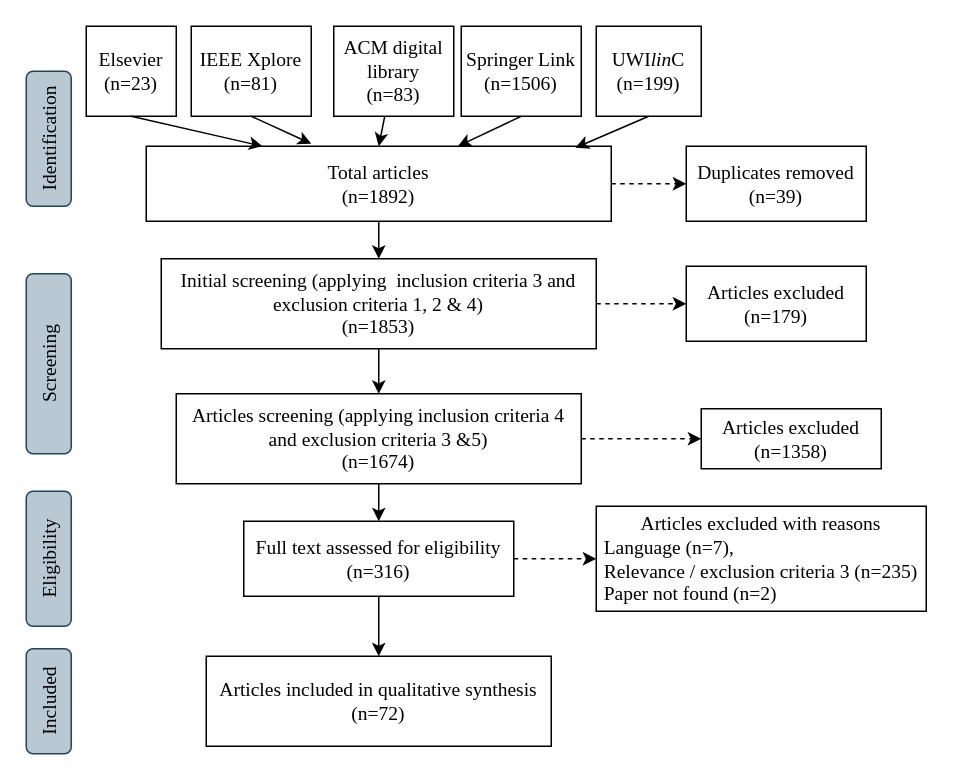
This is page "SLR Stages" (6 of 6) of TheModel.drawio from Kibolabs/Diagrams, a draw.io file, before an edit. Source tidied: cells renumbered, new cells numbered last; positions are measured from the earlier drawing's top-left corner, leaving out a move shared by most shapes. Both pictures are drawn from the tidied source at 150%, with x=0, y=0 at pixel (-42, 26).
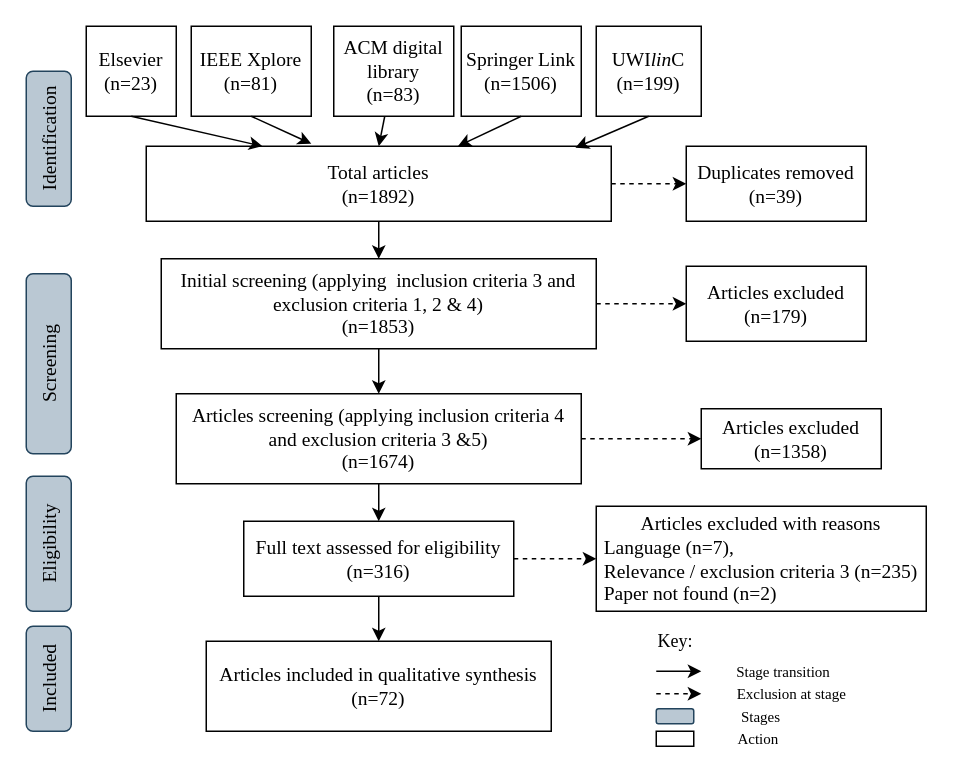
The same page after the edit.

Commit message:
updated ch4 diagram sir

Diff of the diagram source:
```diff
@@
     <mxCell id="7" value="Included" style="rounded=1;whiteSpace=wrap;html=1;rotation=-90;fontFamily=Times New Roman;fontSize=13;labelBackgroundColor=none;fillColor=#bac8d3;strokeColor=#23445d;" parent="1" vertex="1">
-      <mxGeometry x="25" y="435" width="70" height="30" as="geometry" />
+      <mxGeometry x="25" y="420" width="70" height="30" as="geometry" />
     </mxCell>
     <mxCell id="8" value="Eligibility" style="rounded=1;whiteSpace=wrap;html=1;rotation=-90;fontFamily=Times New Roman;fontSize=13;labelBackgroundColor=none;fillColor=#bac8d3;strokeColor=#23445d;" parent="1" vertex="1">
-      <mxGeometry x="15" y="340" width="90" height="30" as="geometry" />
+      <mxGeometry x="15" y="330" width="90" height="30" as="geometry" />
     </mxCell>
@@
     <mxCell id="18" value="&lt;div style=&quot;font-size: 13px;&quot;&gt;Articles included in qualitative synthesis&lt;/div&gt;&lt;div style=&quot;font-size: 13px;&quot;&gt;(n=72)&lt;br style=&quot;font-size: 13px;&quot;&gt;&lt;/div&gt;" style="rounded=0;whiteSpace=wrap;html=1;fontFamily=Times New Roman;fontSize=13;" parent="1" vertex="1">
-      <mxGeometry x="165" y="420" width="230" height="60" as="geometry" />
+      <mxGeometry x="165" y="410" width="230" height="60" as="geometry" />
     </mxCell>
@@
+    <mxCell id="33" value="Key:" style="text;html=1;strokeColor=none;fillColor=none;align=center;verticalAlign=middle;whiteSpace=wrap;rounded=0;fontFamily=Times New Roman;" parent="1" vertex="1">
+      <mxGeometry x="457.5" y="400" width="40" height="20" as="geometry" />
+    </mxCell>
+    <mxCell id="34" style="endArrow=classic;html=1;" parent="1" edge="1">
+      <mxGeometry relative="1" as="geometry">
+        <mxPoint x="465" y="430" as="sourcePoint" />
+        <mxPoint x="495" y="430" as="targetPoint" />
+      </mxGeometry>
+    </mxCell>
+    <mxCell id="35" style="endArrow=classic;html=1;dashed=1;" parent="1" edge="1">
+      <mxGeometry relative="1" as="geometry">
+        <mxPoint x="465" y="445" as="sourcePoint" />
+        <mxPoint x="495" y="445" as="targetPoint" />
+      </mxGeometry>
+    </mxCell>
+    <mxCell id="36" value="Stage transition" style="text;html=1;strokeColor=none;fillColor=none;align=center;verticalAlign=middle;whiteSpace=wrap;rounded=0;fontSize=10;fontFamily=Times New Roman;" parent="1" vertex="1">
+      <mxGeometry x="505" y="420" width="90" height="20" as="geometry" />
+    </mxCell>
+    <mxCell id="37" value="Exclusion at stage" style="text;html=1;strokeColor=none;fillColor=none;align=center;verticalAlign=middle;whiteSpace=wrap;rounded=0;fontSize=10;fontFamily=Times New Roman;" parent="1" vertex="1">
+      <mxGeometry x="502.5" y="435" width="105" height="20" as="geometry" />
+    </mxCell>
+    <mxCell id="38" style="rounded=1;whiteSpace=wrap;html=1;rotation=0;fontFamily=Times New Roman;fontSize=13;labelBackgroundColor=none;fillColor=#bac8d3;strokeColor=#23445d;" parent="1" vertex="1">
+      <mxGeometry x="465" y="455" width="25" height="10" as="geometry" />
+    </mxCell>
+    <mxCell id="39" style="rounded=0;whiteSpace=wrap;html=1;" parent="1" vertex="1">
+      <mxGeometry x="465" y="470" width="25" height="10" as="geometry" />
+    </mxCell>
+    <mxCell id="40" value="Stages" style="text;html=1;strokeColor=none;fillColor=none;align=center;verticalAlign=middle;whiteSpace=wrap;rounded=0;fontSize=10;fontFamily=Times New Roman;" parent="1" vertex="1">
+      <mxGeometry x="505" y="450" width="60" height="20" as="geometry" />
+    </mxCell>
+    <mxCell id="41" value="Action&amp;nbsp;" style="text;html=1;strokeColor=none;fillColor=none;align=center;verticalAlign=middle;whiteSpace=wrap;rounded=0;fontSize=10;fontFamily=Times New Roman;" parent="1" vertex="1">
+      <mxGeometry x="502.5" y="465" width="62.5" height="20" as="geometry" />
+    </mxCell>
```
